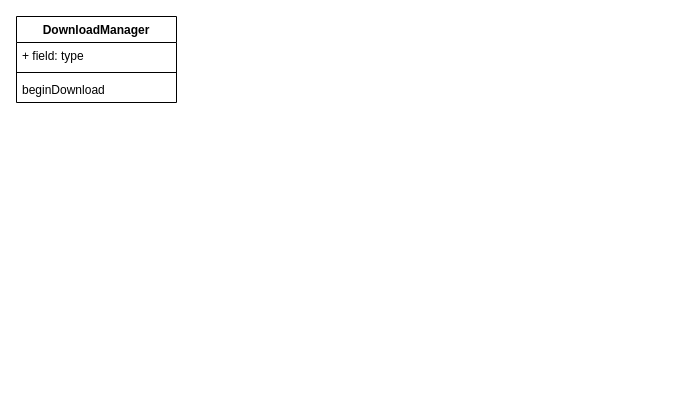
yudesong/books keeps this draw.io diagram as Untitled Diagram.drawio. Above is the earlier version. Source tidied: cells renumbered, new cells numbered last; positions are measured from the earlier drawing's top-left corner, leaving out a move shared by most shapes. Both pictures are drawn from the tidied source at 100%, with x=0, y=0 at pixel (16, 16).
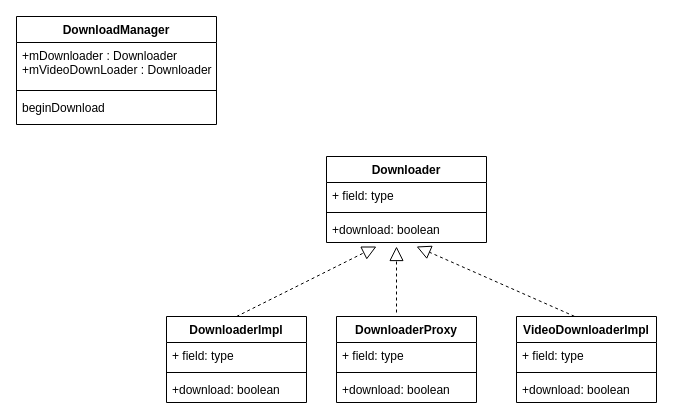
After the change.

What changed in the source:
```diff
@@
     <mxCell id="2" value="DownloadManager" style="swimlane;fontStyle=1;align=center;verticalAlign=top;horizontal=1;startSize=26;" parent="1" vertex="1">
-      <mxGeometry width="160" height="86" as="geometry" />
+      <mxGeometry width="200" height="108" as="geometry" />
     </mxCell>
-    <mxCell id="3" value="+ field: type" style="text;strokeColor=none;fillColor=none;align=left;verticalAlign=top;spacingLeft=4;spacingRight=4;overflow=hidden;" parent="2" vertex="1">
-      <mxGeometry y="26" width="160" height="26" as="geometry" />
+    <mxCell id="3" value="+mDownloader : Downloader&#10;+mVideoDownLoader : Downloader" style="text;strokeColor=none;fillColor=none;align=left;verticalAlign=top;spacingLeft=4;spacingRight=4;overflow=hidden;" parent="2" vertex="1">
+      <mxGeometry y="26" width="200" height="44" as="geometry" />
     </mxCell>
     <mxCell id="4" style="line;strokeWidth=1;fillColor=none;align=left;verticalAlign=middle;spacingTop=-1;spacingLeft=3;spacingRight=3;labelPosition=right;" parent="2" vertex="1">
-      <mxGeometry y="52" width="160" height="8" as="geometry" />
+      <mxGeometry y="70" width="200" height="8" as="geometry" />
     </mxCell>
     <mxCell id="5" value="beginDownload" style="text;strokeColor=none;fillColor=none;align=left;verticalAlign=top;spacingLeft=4;spacingRight=4;overflow=hidden;" parent="2" vertex="1">
-      <mxGeometry y="60" width="160" height="26" as="geometry" />
+      <mxGeometry y="78" width="200" height="30" as="geometry" />
     </mxCell>
+    <mxCell id="6" value="Downloader" style="swimlane;fontStyle=1;align=center;verticalAlign=top;horizontal=1;startSize=26;" parent="1" vertex="1">
+      <mxGeometry x="310" y="140" width="160" height="86" as="geometry" />
+    </mxCell>
+    <mxCell id="7" value="+ field: type" style="text;strokeColor=none;fillColor=none;align=left;verticalAlign=top;spacingLeft=4;spacingRight=4;overflow=hidden;" parent="6" vertex="1">
+      <mxGeometry y="26" width="160" height="26" as="geometry" />
+    </mxCell>
+    <mxCell id="8" style="line;strokeWidth=1;fillColor=none;align=left;verticalAlign=middle;spacingTop=-1;spacingLeft=3;spacingRight=3;labelPosition=right;" parent="6" vertex="1">
+      <mxGeometry y="52" width="160" height="8" as="geometry" />
+    </mxCell>
+    <mxCell id="9" value="+download: boolean" style="text;strokeColor=none;fillColor=none;align=left;verticalAlign=top;spacingLeft=4;spacingRight=4;overflow=hidden;" parent="6" vertex="1">
+      <mxGeometry y="60" width="160" height="26" as="geometry" />
+    </mxCell>
+    <mxCell id="10" value="DownloaderImpl" style="swimlane;fontStyle=1;align=center;verticalAlign=top;horizontal=1;startSize=26;" parent="1" vertex="1">
+      <mxGeometry x="150" y="300" width="140" height="86" as="geometry" />
+    </mxCell>
+    <mxCell id="11" value="+ field: type" style="text;strokeColor=none;fillColor=none;align=left;verticalAlign=top;spacingLeft=4;spacingRight=4;overflow=hidden;" parent="10" vertex="1">
+      <mxGeometry y="26" width="140" height="26" as="geometry" />
+    </mxCell>
+    <mxCell id="12" style="line;strokeWidth=1;fillColor=none;align=left;verticalAlign=middle;spacingTop=-1;spacingLeft=3;spacingRight=3;labelPosition=right;" parent="10" vertex="1">
+      <mxGeometry y="52" width="140" height="8" as="geometry" />
+    </mxCell>
+    <mxCell id="13" value="+download: boolean" style="text;strokeColor=none;fillColor=none;align=left;verticalAlign=top;spacingLeft=4;spacingRight=4;overflow=hidden;" parent="10" vertex="1">
+      <mxGeometry y="60" width="140" height="26" as="geometry" />
+    </mxCell>
+    <mxCell id="14" value="DownloaderProxy" style="swimlane;fontStyle=1;align=center;verticalAlign=top;horizontal=1;startSize=26;" parent="1" vertex="1">
+      <mxGeometry x="320" y="300" width="140" height="86" as="geometry" />
+    </mxCell>
+    <mxCell id="15" value="+ field: type" style="text;strokeColor=none;fillColor=none;align=left;verticalAlign=top;spacingLeft=4;spacingRight=4;overflow=hidden;" parent="14" vertex="1">
+      <mxGeometry y="26" width="140" height="26" as="geometry" />
+    </mxCell>
+    <mxCell id="16" style="line;strokeWidth=1;fillColor=none;align=left;verticalAlign=middle;spacingTop=-1;spacingLeft=3;spacingRight=3;labelPosition=right;" parent="14" vertex="1">
+      <mxGeometry y="52" width="140" height="8" as="geometry" />
+    </mxCell>
+    <mxCell id="17" value="+download: boolean" style="text;strokeColor=none;fillColor=none;align=left;verticalAlign=top;spacingLeft=4;spacingRight=4;overflow=hidden;" parent="14" vertex="1">
+      <mxGeometry y="60" width="140" height="26" as="geometry" />
+    </mxCell>
+    <mxCell id="18" value="VideoDownloaderImpl" style="swimlane;fontStyle=1;align=center;verticalAlign=top;horizontal=1;startSize=26;" parent="1" vertex="1">
+      <mxGeometry x="500" y="300" width="140" height="86" as="geometry" />
+    </mxCell>
+    <mxCell id="19" value="+ field: type" style="text;strokeColor=none;fillColor=none;align=left;verticalAlign=top;spacingLeft=4;spacingRight=4;overflow=hidden;" parent="18" vertex="1">
+      <mxGeometry y="26" width="140" height="26" as="geometry" />
+    </mxCell>
+    <mxCell id="20" style="line;strokeWidth=1;fillColor=none;align=left;verticalAlign=middle;spacingTop=-1;spacingLeft=3;spacingRight=3;labelPosition=right;" parent="18" vertex="1">
+      <mxGeometry y="52" width="140" height="8" as="geometry" />
+    </mxCell>
+    <mxCell id="21" value="+download: boolean" style="text;strokeColor=none;fillColor=none;align=left;verticalAlign=top;spacingLeft=4;spacingRight=4;overflow=hidden;" parent="18" vertex="1">
+      <mxGeometry y="60" width="140" height="26" as="geometry" />
+    </mxCell>
+    <mxCell id="22" style="endArrow=block;dashed=1;endFill=0;endSize=12;html=1;exitX=0.5;exitY=0;exitDx=0;exitDy=0;" parent="1" edge="1" source="10">
+      <mxGeometry relative="1" as="geometry">
+        <mxPoint x="360" y="230" as="targetPoint" />
+      </mxGeometry>
+    </mxCell>
+    <mxCell id="23" style="endArrow=block;dashed=1;endFill=0;endSize=12;html=1;" parent="1" edge="1">
+      <mxGeometry relative="1" as="geometry">
+        <mxPoint x="380" y="296" as="sourcePoint" />
+        <mxPoint x="380" y="230" as="targetPoint" />
+      </mxGeometry>
+    </mxCell>
+    <mxCell id="24" style="endArrow=block;dashed=1;endFill=0;endSize=12;html=1;exitX=0.414;exitY=-0.002;exitDx=0;exitDy=0;exitPerimeter=0;" parent="1" edge="1" source="18">
+      <mxGeometry relative="1" as="geometry">
+        <mxPoint x="400" y="230" as="targetPoint" />
+      </mxGeometry>
+    </mxCell>
```
